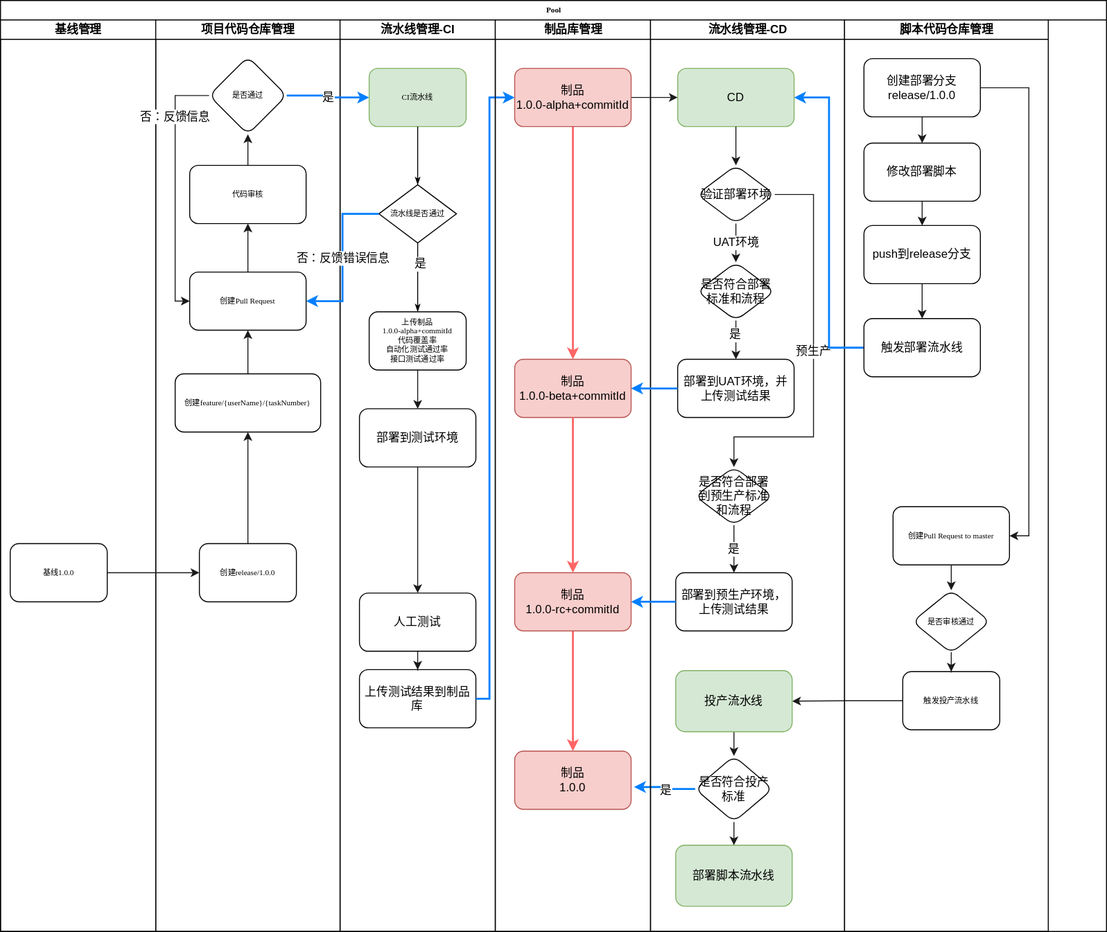
Earlier version of the draw.io export repos/Untitled Diagram.drawio.svg (jerryTJ/config). Source tidied: cells renumbered, new cells last; positions are measured from the earlier drawing's top-left corner, leaving out a move shared by most shapes.
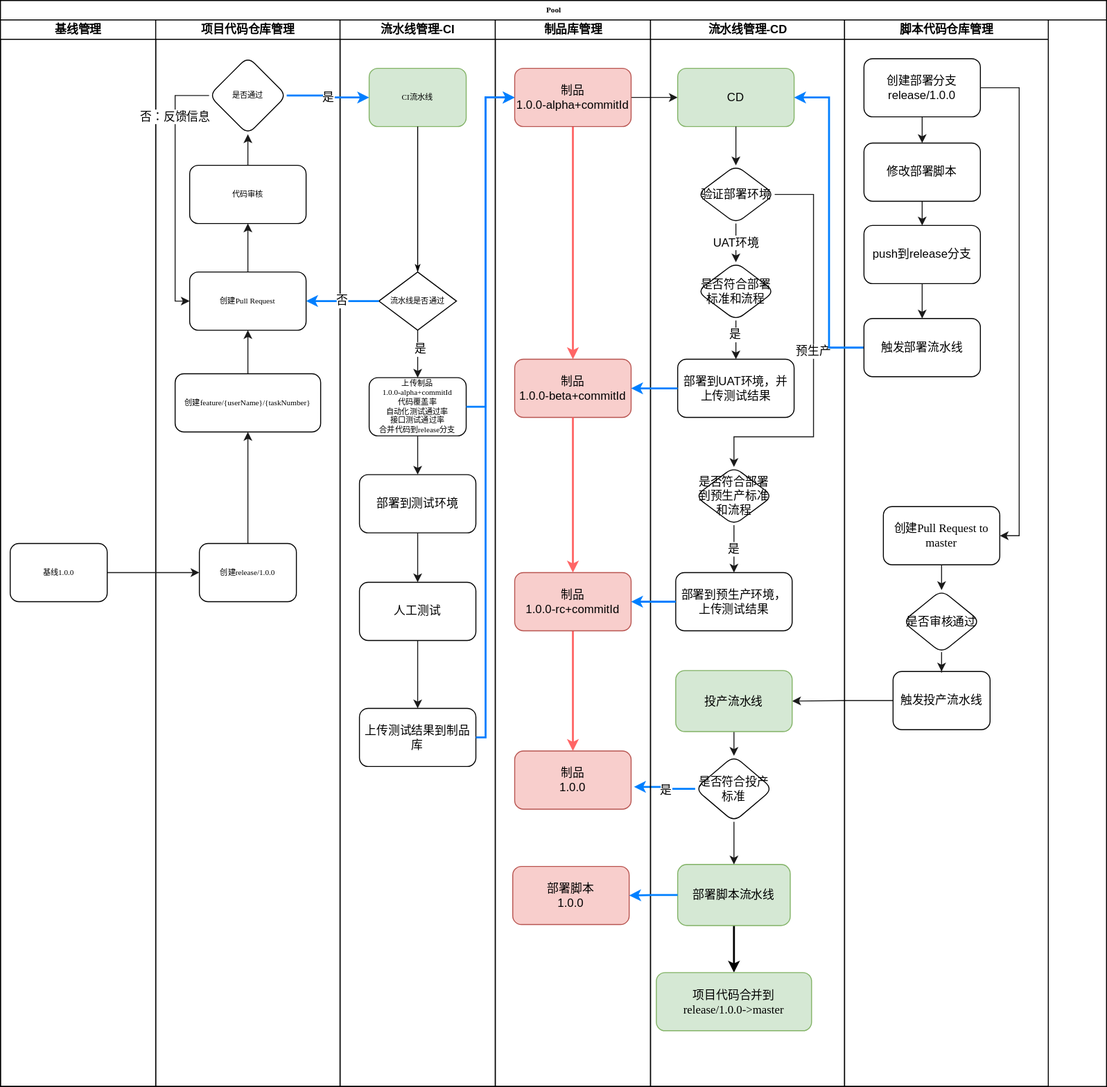
Above is the later version.

Diff of the diagram source:
```diff
@@ -3,16 +3,16 @@
     <mxCell id="0" />
     <mxCell id="1" parent="0" />
     <mxCell id="2" value="Pool" style="swimlane;html=1;startSize=20;rounded=0;shadow=0;labelBackgroundColor=none;strokeWidth=1;fontFamily=Verdana;fontSize=8;align=center;" parent="1" vertex="1">
-      <mxGeometry width="1140" height="960" as="geometry" />
+      <mxGeometry width="1140" height="1120" as="geometry" />
     </mxCell>
     <mxCell id="3" value="基线管理" style="swimlane;html=1;startSize=20;" parent="2" vertex="1">
-      <mxGeometry y="20" width="160" height="940" as="geometry" />
+      <mxGeometry y="20" width="160" height="1100" as="geometry" />
     </mxCell>
     <mxCell id="4" value="基线1.0.0" style="rounded=1;whiteSpace=wrap;html=1;shadow=0;labelBackgroundColor=none;strokeWidth=1;fontFamily=Verdana;fontSize=8;align=center;" parent="3" vertex="1">
       <mxGeometry x="10" y="540" width="100" height="60" as="geometry" />
     </mxCell>
     <mxCell id="5" value="项目代码仓库管理" style="swimlane;html=1;startSize=20;fontSize=12;" parent="2" vertex="1">
-      <mxGeometry x="160" y="20" width="190" height="940" as="geometry" />
+      <mxGeometry x="160" y="20" width="190" height="1100" as="geometry" />
     </mxCell>
     <mxCell id="6" style="edgeStyle=orthogonalEdgeStyle;rounded=0;jettySize=auto;html=1;entryX=0.5;entryY=1;entryDx=0;entryDy=0;fontSize=12;strokeColor=#1A1A1A;strokeWidth=1;" parent="5" edge="1" source="7" target="9">
       <mxGeometry relative="1" as="geometry" />
@@ -53,54 +53,58 @@
       <mxGeometry x="-0.57" y="-1" relative="1" as="geometry" />
     </mxCell>
     <mxCell id="17" value="流水线管理-CI" style="swimlane;html=1;startSize=20;" parent="2" vertex="1">
-      <mxGeometry x="350" y="20" width="160" height="940" as="geometry" />
+      <mxGeometry x="350" y="20" width="160" height="1100" as="geometry" />
     </mxCell>
     <mxCell id="18" value="CI流水线" style="rounded=1;whiteSpace=wrap;html=1;shadow=0;labelBackgroundColor=none;strokeWidth=1;fontFamily=Verdana;fontSize=8;align=center;fillColor=#d5e8d4;strokeColor=#82b366;" parent="17" vertex="1">
       <mxGeometry x="30" y="50" width="100" height="60" as="geometry" />
     </mxCell>
+    <mxCell id="24" style="edgeStyle=orthogonalEdgeStyle;rounded=0;jettySize=auto;html=1;entryX=0.5;entryY=0;entryDx=0;entryDy=0;fontSize=12;strokeColor=#1A1A1A;strokeWidth=1;" parent="17" edge="1" source="19" target="23">
+      <mxGeometry relative="1" as="geometry" />
+    </mxCell>
+    <mxCell id="25" value="是" style="edgeLabel;html=1;align=center;verticalAlign=middle;fontSize=12;" parent="24" vertex="1">
+      <mxGeometry x="-0.22" y="2" relative="1" as="geometry" />
+    </mxCell>
     <mxCell id="19" value="流水线是否通过" style="rhombus;whiteSpace=wrap;html=1;rounded=0;shadow=0;labelBackgroundColor=none;strokeWidth=1;fontFamily=Verdana;fontSize=8;align=center;" parent="17" vertex="1">
-      <mxGeometry x="40" y="170" width="80" height="60" as="geometry" />
+      <mxGeometry x="40" y="260" width="80" height="60" as="geometry" />
     </mxCell>
     <mxCell id="20" style="edgeStyle=orthogonalEdgeStyle;rounded=1;html=1;labelBackgroundColor=none;startArrow=none;startFill=0;startSize=5;endArrow=classicThin;endFill=1;endSize=5;jettySize=auto;strokeWidth=1;fontFamily=Verdana;fontSize=8;" parent="17" edge="1" source="18" target="19">
       <mxGeometry relative="1" as="geometry" />
     </mxCell>
     <mxCell id="21" value="部署到测试环境" style="rounded=1;whiteSpace=wrap;html=1;fontSize=12;" parent="17" vertex="1">
-      <mxGeometry x="20" y="401" width="120" height="60" as="geometry" />
+      <mxGeometry x="20" y="469" width="120" height="60" as="geometry" />
     </mxCell>
     <mxCell id="22" style="edgeStyle=orthogonalEdgeStyle;rounded=0;jettySize=auto;html=1;exitX=0.5;exitY=1;exitDx=0;exitDy=0;entryX=0.5;entryY=0;entryDx=0;entryDy=0;fontSize=12;strokeColor=#1A1A1A;strokeWidth=1;" parent="17" edge="1" source="23" target="21">
       <mxGeometry relative="1" as="geometry" />
     </mxCell>
-    <mxCell id="23" value="上传制品&lt;br&gt;1.0.0-alpha+commitId&lt;br&gt;代码覆盖率&lt;br&gt;自动化测试通过率&lt;br&gt;接口测试通过率" style="rounded=1;whiteSpace=wrap;html=1;shadow=0;labelBackgroundColor=none;strokeWidth=1;fontFamily=Verdana;fontSize=8;align=center;" parent="17" vertex="1">
-      <mxGeometry x="30" y="301" width="100" height="60" as="geometry" />
+    <mxCell id="23" value="上传制品&lt;br&gt;1.0.0-alpha+commitId&lt;br&gt;代码覆盖率&lt;br&gt;自动化测试通过率&lt;br&gt;接口测试通过率&lt;br&gt;合并代码到release分支" style="rounded=1;whiteSpace=wrap;html=1;shadow=0;labelBackgroundColor=none;strokeWidth=1;fontFamily=Verdana;fontSize=8;align=center;" parent="17" vertex="1">
+      <mxGeometry x="30" y="369" width="100" height="60" as="geometry" />
     </mxCell>
-    <mxCell id="24" style="edgeStyle=orthogonalEdgeStyle;rounded=1;html=1;labelBackgroundColor=none;startArrow=none;startFill=0;startSize=5;endArrow=classicThin;endFill=1;endSize=5;jettySize=auto;strokeWidth=1;fontFamily=Verdana;fontSize=8;entryX=0.5;entryY=0;entryDx=0;entryDy=0;exitX=0.5;exitY=1;exitDx=0;exitDy=0;" parent="17" edge="1" source="19" target="23">
-      <mxGeometry relative="1" as="geometry">
-        <Array as="points">
-          <mxPoint x="80" y="260" />
-          <mxPoint x="80" y="260" />
-        </Array>
-      </mxGeometry>
-    </mxCell>
-    <mxCell id="25" value="是" style="edgeLabel;html=1;align=center;verticalAlign=middle;fontSize=12;" parent="24" vertex="1">
-      <mxGeometry x="-0.41" y="2" relative="1" as="geometry" />
-    </mxCell>
     <mxCell id="26" value="上传测试结果到制品库" style="whiteSpace=wrap;html=1;rounded=1;" parent="17" vertex="1">
-      <mxGeometry x="20" y="670" width="120" height="60" as="geometry" />
+      <mxGeometry x="20" y="710" width="120" height="60" as="geometry" />
     </mxCell>
+    <mxCell id="76" value="人工测试" style="whiteSpace=wrap;html=1;rounded=1;" parent="17" vertex="1">
+      <mxGeometry x="20" y="580" width="120" height="60" as="geometry" />
+    </mxCell>
+    <mxCell id="77" style="edgeStyle=orthogonalEdgeStyle;rounded=0;jettySize=auto;html=1;fontSize=12;strokeColor=#1A1A1A;strokeWidth=1;" parent="17" edge="1" source="21" target="76">
+      <mxGeometry relative="1" as="geometry" />
+    </mxCell>
+    <mxCell id="75" style="edgeStyle=orthogonalEdgeStyle;rounded=0;jettySize=auto;html=1;fontSize=12;strokeColor=#1A1A1A;strokeWidth=1;" parent="17" edge="1" source="76" target="26">
+      <mxGeometry relative="1" as="geometry" />
+    </mxCell>
     <mxCell id="27" value="是" style="edgeStyle=orthogonalEdgeStyle;rounded=0;jettySize=auto;html=1;fontSize=12;entryX=0;entryY=0.5;entryDx=0;entryDy=0;strokeColor=#007FFF;strokeWidth=2;" parent="2" edge="1" source="10" target="18">
       <mxGeometry relative="1" as="geometry" />
     </mxCell>
     <mxCell id="28" style="edgeStyle=orthogonalEdgeStyle;rounded=0;jettySize=auto;html=1;entryX=0;entryY=0.5;entryDx=0;entryDy=0;fontSize=12;strokeColor=#1A1A1A;strokeWidth=1;" parent="2" edge="1" source="4" target="7">
       <mxGeometry relative="1" as="geometry" />
     </mxCell>
-    <mxCell id="29" value="否：反馈错误信息" style="edgeStyle=orthogonalEdgeStyle;rounded=0;jettySize=auto;html=1;entryX=1;entryY=0.5;entryDx=0;entryDy=0;fontSize=12;strokeColor=#007FFF;strokeWidth=2;" parent="2" edge="1" source="19" target="12">
+    <mxCell id="29" value="否" style="edgeStyle=orthogonalEdgeStyle;rounded=0;jettySize=auto;html=1;entryX=1;entryY=0.5;entryDx=0;entryDy=0;fontSize=12;strokeColor=#007FFF;strokeWidth=2;" parent="2" edge="1" source="19" target="12">
       <mxGeometry relative="1" as="geometry" />
     </mxCell>
-    <mxCell id="30" style="edgeStyle=orthogonalEdgeStyle;rounded=0;jettySize=auto;html=1;fontSize=12;strokeColor=#007FFF;strokeWidth=2;entryX=0;entryY=0.5;entryDx=0;entryDy=0;exitX=1;exitY=0.5;exitDx=0;exitDy=0;" parent="2" edge="1" source="26" target="37">
+    <mxCell id="30" style="edgeStyle=orthogonalEdgeStyle;rounded=0;jettySize=auto;html=1;fontSize=12;strokeColor=#007FFF;strokeWidth=2;entryX=0;entryY=0.5;entryDx=0;entryDy=0;exitX=1;exitY=0.5;exitDx=0;exitDy=0;" parent="2" edge="1" source="23" target="37">
       <mxGeometry relative="1" as="geometry">
         <Array as="points">
-          <mxPoint x="504" y="720" />
-          <mxPoint x="504" y="100" />
+          <mxPoint x="500" y="419" />
+          <mxPoint x="500" y="100" />
         </Array>
       </mxGeometry>
     </mxCell>
@@ -117,7 +121,7 @@
       <mxGeometry x="-0.03" y="1" relative="1" as="geometry" />
     </mxCell>
     <mxCell id="35" value="制品库管理" style="swimlane;html=1;startSize=20;" parent="2" vertex="1">
-      <mxGeometry x="510" y="20" width="160" height="940" as="geometry" />
+      <mxGeometry x="510" y="20" width="160" height="1100" as="geometry" />
     </mxCell>
     <mxCell id="36" style="edgeStyle=orthogonalEdgeStyle;rounded=0;jettySize=auto;html=1;entryX=0.5;entryY=0;entryDx=0;entryDy=0;fontSize=12;strokeColor=#FF6666;strokeWidth=2;" parent="35" edge="1" source="37" target="38">
       <mxGeometry relative="1" as="geometry" />
@@ -140,8 +144,11 @@
     <mxCell id="42" style="edgeStyle=orthogonalEdgeStyle;rounded=0;jettySize=auto;html=1;fontSize=12;strokeColor=#FF6666;strokeWidth=2;entryX=0.5;entryY=0;entryDx=0;entryDy=0;" parent="35" edge="1" source="38" target="41">
       <mxGeometry relative="1" as="geometry" />
     </mxCell>
+    <mxCell id="81" value="部署脚本&lt;br&gt;1.0.0" style="rounded=1;whiteSpace=wrap;html=1;fontSize=12;fillColor=#f8cecc;strokeColor=#b85450;" parent="35" vertex="1">
+      <mxGeometry x="18" y="873" width="120" height="60" as="geometry" />
+    </mxCell>
     <mxCell id="43" value="流水线管理-CD" style="swimlane;html=1;startSize=20;" parent="2" vertex="1">
-      <mxGeometry x="670" y="20" width="200" height="940" as="geometry" />
+      <mxGeometry x="670" y="20" width="200" height="1100" as="geometry" />
     </mxCell>
     <mxCell id="44" value="CD" style="rounded=1;whiteSpace=wrap;html=1;fontSize=12;fillColor=#d5e8d4;strokeColor=#82b366;" parent="43" vertex="1">
       <mxGeometry x="28" y="50" width="120" height="60" as="geometry" />
@@ -176,8 +183,11 @@
     <mxCell id="52" value="&lt;font style=&quot;font-size: 12px&quot;&gt;是否符合投产标准&lt;/font&gt;" style="rhombus;whiteSpace=wrap;html=1;rounded=1;shadow=0;fontFamily=Verdana;fontSize=8;strokeWidth=1;" parent="43" vertex="1">
       <mxGeometry x="46" y="759" width="80" height="68" as="geometry" />
     </mxCell>
+    <mxCell id="82" style="edgeStyle=orthogonalEdgeStyle;rounded=0;jettySize=auto;html=1;fontSize=12;strokeColor=#000000;strokeWidth=2;" parent="43" edge="1" source="53" target="83">
+      <mxGeometry relative="1" as="geometry" />
+    </mxCell>
     <mxCell id="53" value="&lt;font style=&quot;font-size: 12px&quot;&gt;部署脚本流水线&lt;/font&gt;" style="whiteSpace=wrap;html=1;rounded=1;shadow=0;fontFamily=Verdana;fontSize=8;strokeWidth=1;fillColor=#d5e8d4;strokeColor=#82b366;" parent="43" vertex="1">
-      <mxGeometry x="26" y="851" width="120" height="63" as="geometry" />
+      <mxGeometry x="28" y="871" width="116" height="63" as="geometry" />
     </mxCell>
     <mxCell id="54" style="edgeStyle=orthogonalEdgeStyle;rounded=0;jettySize=auto;html=1;fontSize=12;strokeColor=#1A1A1A;strokeWidth=1;" parent="43" edge="1" source="52" target="53">
       <mxGeometry relative="1" as="geometry" />
@@ -200,11 +210,14 @@
     <mxCell id="60" value="是否符合部署到预生产标准和流程" style="rhombus;whiteSpace=wrap;html=1;rounded=1;" parent="43" vertex="1">
       <mxGeometry x="46" y="461" width="80" height="60" as="geometry" />
     </mxCell>
+    <mxCell id="83" value="&lt;font style=&quot;font-size: 12px&quot;&gt;项目代码合并到&lt;br&gt;release/1.0.0-&amp;gt;master&lt;/font&gt;" style="whiteSpace=wrap;html=1;rounded=1;shadow=0;fontFamily=Verdana;fontSize=8;strokeColor=#82b366;strokeWidth=1;fillColor=#d5e8d4;" parent="43" vertex="1">
+      <mxGeometry x="6" y="982.5" width="160" height="60" as="geometry" />
+    </mxCell>
     <mxCell id="61" value="脚本代码仓库管理" style="swimlane;html=1;startSize=20;" parent="2" vertex="1">
-      <mxGeometry x="870" y="20" width="210" height="940" as="geometry" />
+      <mxGeometry x="870" y="20" width="210" height="1100" as="geometry" />
     </mxCell>
-    <mxCell id="62" value="触发投产流水线" style="rounded=1;whiteSpace=wrap;html=1;shadow=0;labelBackgroundColor=none;strokeWidth=1;fontFamily=Verdana;fontSize=8;align=center;" parent="61" vertex="1">
-      <mxGeometry x="60" y="672" width="100" height="60" as="geometry" />
+    <mxCell id="62" value="触发投产流水线" style="rounded=1;whiteSpace=wrap;html=1;shadow=0;labelBackgroundColor=none;strokeWidth=1;fontFamily=Verdana;fontSize=12;align=center;" parent="61" vertex="1">
+      <mxGeometry x="50" y="672" width="100" height="60" as="geometry" />
     </mxCell>
     <mxCell id="63" value="创建部署分支release/1.0.0" style="rounded=1;whiteSpace=wrap;html=1;fontSize=12;" parent="61" vertex="1">
       <mxGeometry x="20" y="40" width="120" height="60" as="geometry" />
@@ -221,8 +234,8 @@
     <mxCell id="67" value="push到release分支" style="whiteSpace=wrap;html=1;rounded=1;" parent="61" vertex="1">
       <mxGeometry x="20" y="212" width="120" height="60" as="geometry" />
     </mxCell>
-    <mxCell id="68" value="创建Pull Request to master" style="whiteSpace=wrap;html=1;rounded=1;shadow=0;fontFamily=Verdana;fontSize=8;strokeWidth=1;" parent="61" vertex="1">
-      <mxGeometry x="50" y="502" width="120" height="60" as="geometry" />
+    <mxCell id="68" value="创建Pull Request to master" style="whiteSpace=wrap;html=1;rounded=1;shadow=0;fontFamily=Verdana;fontSize=12;strokeWidth=1;" parent="61" vertex="1">
+      <mxGeometry x="40" y="502" width="120" height="60" as="geometry" />
     </mxCell>
     <mxCell id="69" style="edgeStyle=orthogonalEdgeStyle;rounded=0;jettySize=auto;html=1;exitX=1;exitY=0.5;exitDx=0;exitDy=0;fontSize=12;strokeColor=#1A1A1A;strokeWidth=1;entryX=1;entryY=0.5;entryDx=0;entryDy=0;" parent="61" edge="1" source="63" target="68">
       <mxGeometry relative="1" as="geometry" />
@@ -230,8 +243,8 @@
     <mxCell id="70" style="edgeStyle=orthogonalEdgeStyle;rounded=0;jettySize=auto;html=1;fontSize=12;strokeColor=#1A1A1A;strokeWidth=1;" parent="61" edge="1" source="71" target="62">
       <mxGeometry relative="1" as="geometry" />
     </mxCell>
-    <mxCell id="71" value="是否审核通过" style="rhombus;whiteSpace=wrap;html=1;rounded=1;shadow=0;fontFamily=Verdana;fontSize=8;strokeWidth=1;" parent="61" vertex="1">
-      <mxGeometry x="70" y="588" width="80" height="65" as="geometry" />
+    <mxCell id="71" value="是否审核通过" style="rhombus;whiteSpace=wrap;html=1;rounded=1;shadow=0;fontFamily=Verdana;fontSize=12;strokeWidth=1;" parent="61" vertex="1">
+      <mxGeometry x="60" y="588" width="80" height="65" as="geometry" />
     </mxCell>
     <mxCell id="72" style="edgeStyle=orthogonalEdgeStyle;rounded=0;jettySize=auto;html=1;fontSize=12;strokeColor=#1A1A1A;strokeWidth=1;" parent="61" edge="1" source="68" target="71">
       <mxGeometry relative="1" as="geometry" />
@@ -242,15 +255,17 @@
     <mxCell id="74" style="edgeStyle=orthogonalEdgeStyle;rounded=0;jettySize=auto;html=1;entryX=1;entryY=0.5;entryDx=0;entryDy=0;fontSize=12;strokeColor=#007FFF;strokeWidth=2;" parent="2" edge="1" source="55" target="38">
       <mxGeometry relative="1" as="geometry" />
     </mxCell>
-    <mxCell id="75" style="edgeStyle=orthogonalEdgeStyle;rounded=0;jettySize=auto;html=1;fontSize=12;strokeColor=#1A1A1A;strokeWidth=1;" parent="1" edge="1" source="76" target="26">
-      <mxGeometry relative="1" as="geometry" />
-    </mxCell>
-    <mxCell id="76" value="人工测试" style="whiteSpace=wrap;html=1;rounded=1;" parent="1" vertex="1">
-      <mxGeometry x="370" y="611" width="120" height="60" as="geometry" />
-    </mxCell>
-    <mxCell id="77" style="edgeStyle=orthogonalEdgeStyle;rounded=0;jettySize=auto;html=1;fontSize=12;strokeColor=#1A1A1A;strokeWidth=1;" parent="1" edge="1" source="21" target="76">
-      <mxGeometry relative="1" as="geometry" />
-    </mxCell>
+    <mxCell id="84" style="edgeStyle=orthogonalEdgeStyle;rounded=0;jettySize=auto;html=1;fontSize=12;strokeColor=#007FFF;strokeWidth=2;entryX=0;entryY=0.5;entryDx=0;entryDy=0;" parent="2" edge="1" source="26" target="37">
+      <mxGeometry relative="1" as="geometry">
+        <Array as="points">
+          <mxPoint x="500" y="760" />
+          <mxPoint x="500" y="100" />
+        </Array>
+      </mxGeometry>
+    </mxCell>
+    <mxCell id="85" style="edgeStyle=orthogonalEdgeStyle;rounded=0;jettySize=auto;html=1;entryX=1;entryY=0.5;entryDx=0;entryDy=0;fontSize=12;strokeColor=#007FFF;strokeWidth=2;" parent="2" edge="1" source="53" target="81">
+      <mxGeometry relative="1" as="geometry" />
+    </mxCell>
     <mxCell id="78" style="edgeStyle=orthogonalEdgeStyle;rounded=0;jettySize=auto;html=1;entryX=1;entryY=0.5;entryDx=0;entryDy=0;fontSize=12;strokeColor=#007FFF;strokeWidth=2;" parent="1" edge="1" source="79" target="44">
       <mxGeometry relative="1" as="geometry" />
     </mxCell>
```
